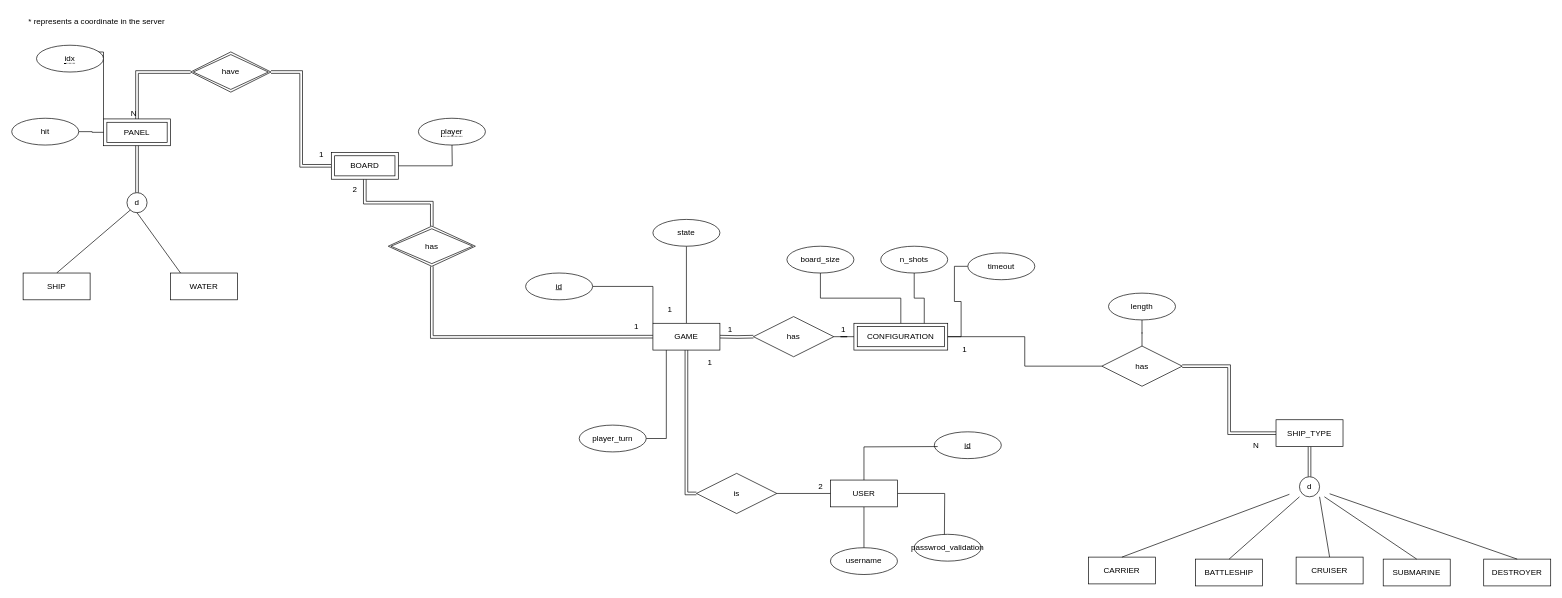
Above: code/daw-battleship-game/src/main/sql/ER_diagram.drawio in MiguelRocha2001/ISEL-DAW-Battleships-Game (draw.io), before the change. Source tidied: cells renumbered, new cells numbered last; positions are measured from the earlier drawing's top-left corner, leaving out a move shared by most shapes. Both pictures are drawn from the tidied source at 67%, with x=0, y=0 at pixel (11, 11).
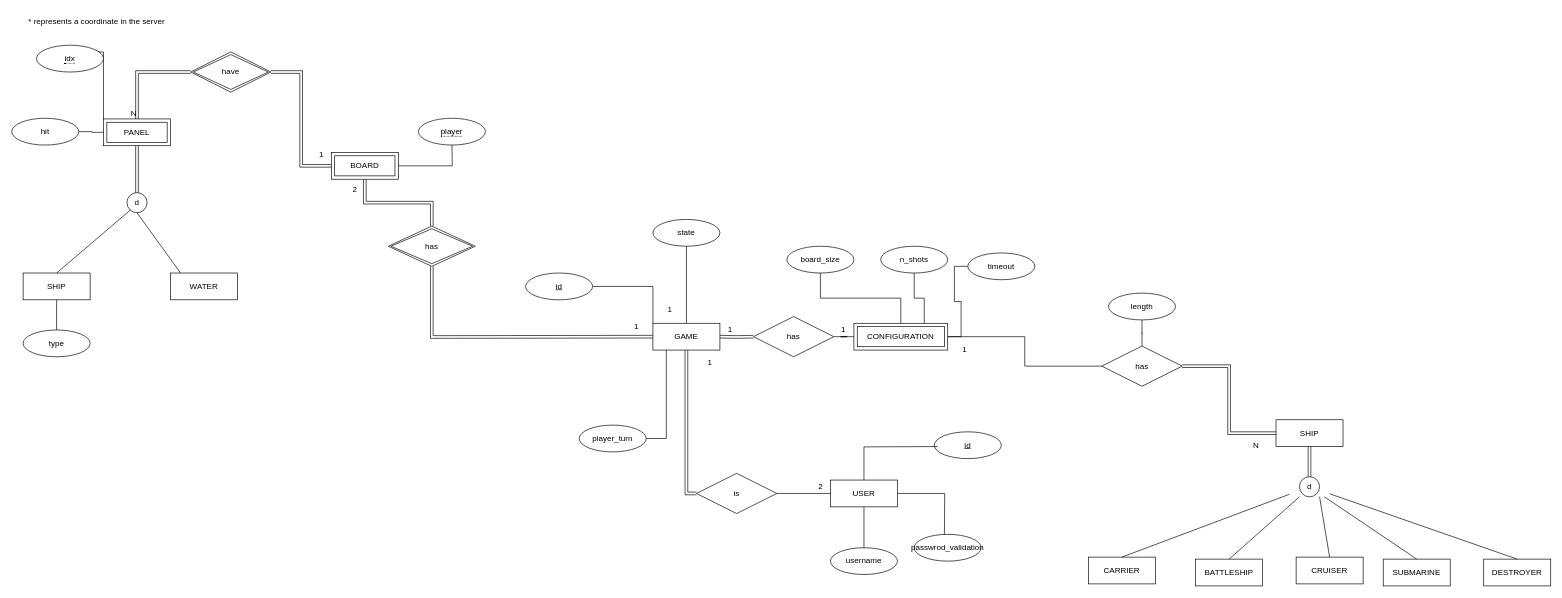
After the change.

The change refers to these unchanged cells:
```xml
<mxCell id="52" value="SHIP" style="whiteSpace=wrap;html=1;align=center;" parent="1" vertex="1">
  <mxGeometry x="17" y="390" width="100" height="40" as="geometry" />
</mxCell>
```

The edit, as a diff of the source:
```diff
@@
+    <mxCell id="81" style="edgeStyle=orthogonalEdgeStyle;rounded=0;jettySize=auto;html=1;endArrow=none;endFill=0;" parent="1" edge="1" source="52" target="82">
+      <mxGeometry relative="1" as="geometry" />
+    </mxCell>
@@
-    <mxCell id="70" value="SHIP_TYPE" style="whiteSpace=wrap;html=1;align=center;" parent="1" vertex="1">
+    <mxCell id="70" value="SHIP" style="whiteSpace=wrap;html=1;align=center;" parent="1" vertex="1">
       <mxGeometry x="1887" y="609" width="100" height="40" as="geometry" />
     </mxCell>
@@
+    <mxCell id="82" value="type" style="ellipse;whiteSpace=wrap;html=1;align=center;" parent="1" vertex="1">
+      <mxGeometry x="17" y="475" width="100" height="40" as="geometry" />
+    </mxCell>
```
